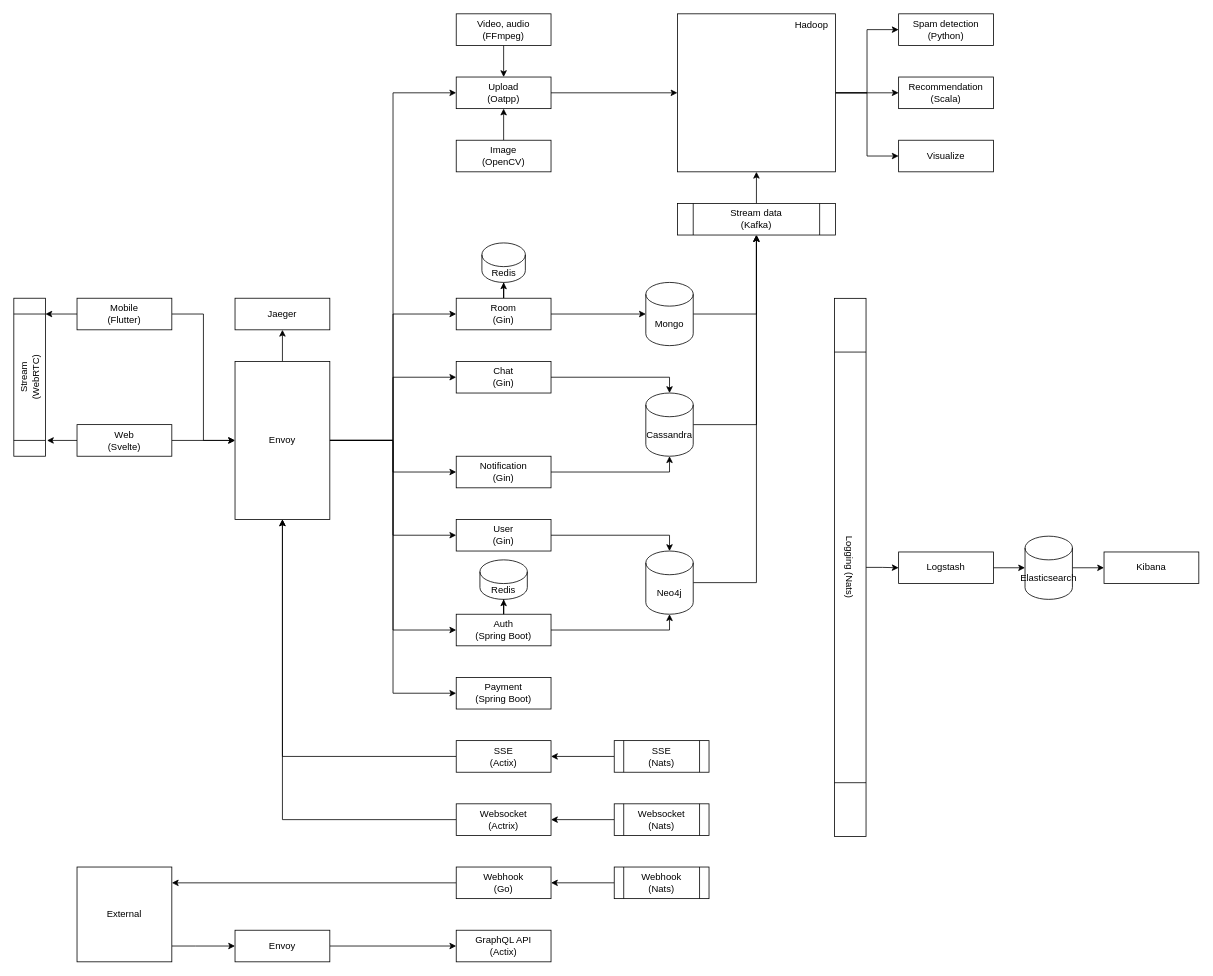
open-chat-org/open-chat keeps this draw.io diagram as document/open-chat.drawio.xml. Above is the earlier version. Source tidied: cells renumbered, new cells numbered last; positions are measured from the earlier drawing's top-left corner, leaving out a move shared by most shapes. Both pictures are drawn from the tidied source at 79%, with x=0, y=0 at pixel (-50, 13).
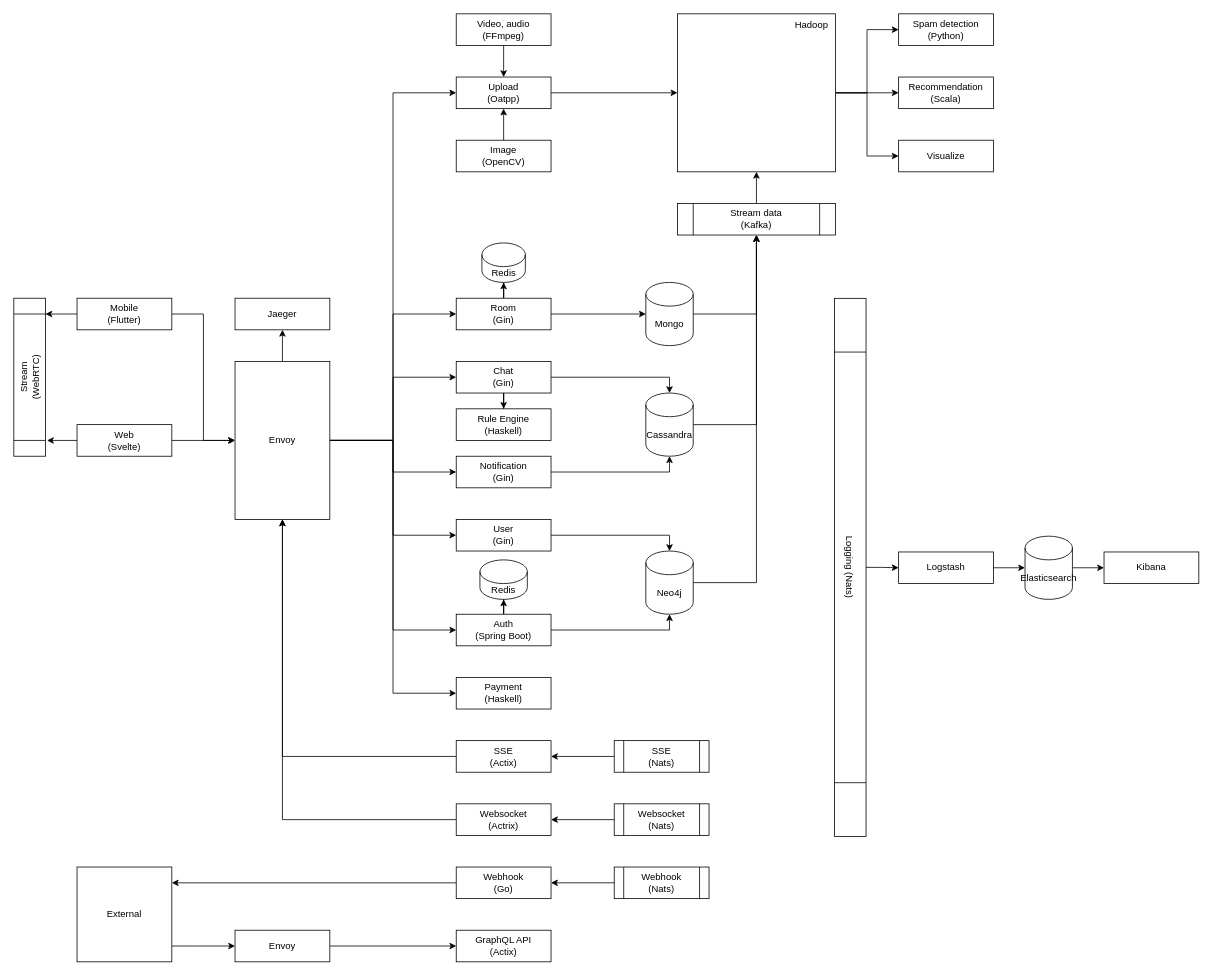
The same diagram, later.

Commit message (it also covers changes not shown here):
📝 Add rule engine to document

The change refers to these unchanged cells:
```xml
<mxCell id="26" value="Chat&lt;br&gt;(Gin)" style="rounded=0;whiteSpace=wrap;html=1;" parent="1" vertex="1">
  <mxGeometry x="640" y="440" width="120" height="40" as="geometry" />
</mxCell>
```

What changed in the source:
```diff
@@
+    <mxCell id="80" style="edgeStyle=orthogonalEdgeStyle;rounded=0;jettySize=auto;html=1;entryX=0.5;entryY=0;entryDx=0;entryDy=0;" parent="1" edge="1" source="26" target="81">
+      <mxGeometry relative="1" as="geometry" />
+    </mxCell>
@@
-    <mxCell id="57" value="Payment&lt;br&gt;(Spring Boot)" style="rounded=0;whiteSpace=wrap;html=1;" parent="1" vertex="1">
+    <mxCell id="57" value="Payment&lt;br&gt;(Haskell)" style="rounded=0;whiteSpace=wrap;html=1;" parent="1" vertex="1">
       <mxGeometry x="640" y="840" width="120" height="40" as="geometry" />
     </mxCell>
@@
+    <mxCell id="81" value="Rule Engine&lt;br&gt;(Haskell)" style="rounded=0;whiteSpace=wrap;html=1;" parent="1" vertex="1">
+      <mxGeometry x="640" y="500" width="120" height="40" as="geometry" />
+    </mxCell>
```
